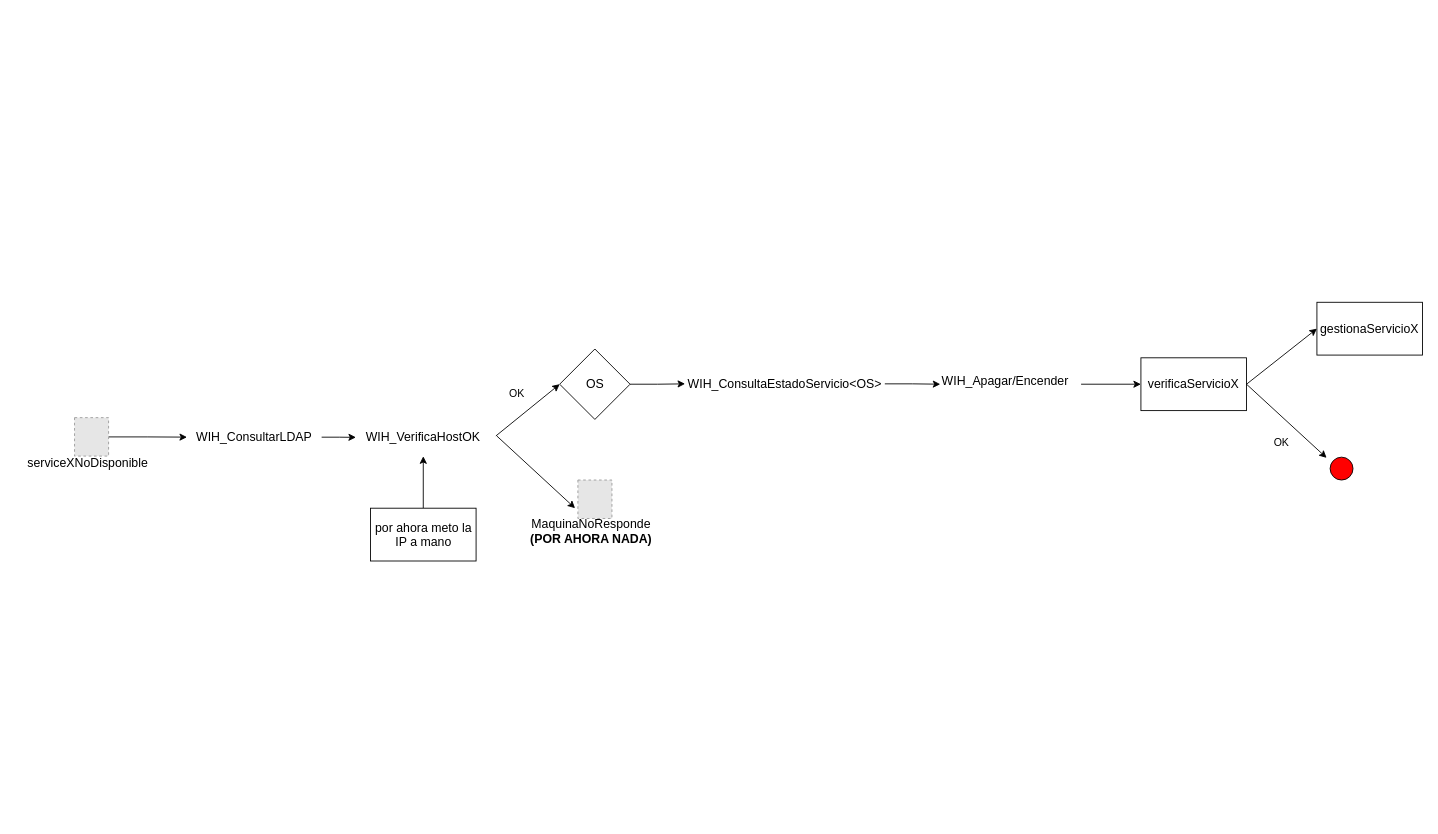
MarianaReyesH/gestionRed keeps this draw.io diagram as page "serviceXNoDisponible" (2 of 3) of esquemaProcesos.drawio. Above is the earlier version. Source tidied: cells renumbered, new cells numbered last; positions are measured from the earlier drawing's top-left corner, leaving out a move shared by most shapes. Both pictures are drawn from the tidied source at 88%, with x=0, y=0 at pixel (20, 302). Pictures stored in the file or linked from it are replaced by grey dashed boxes.
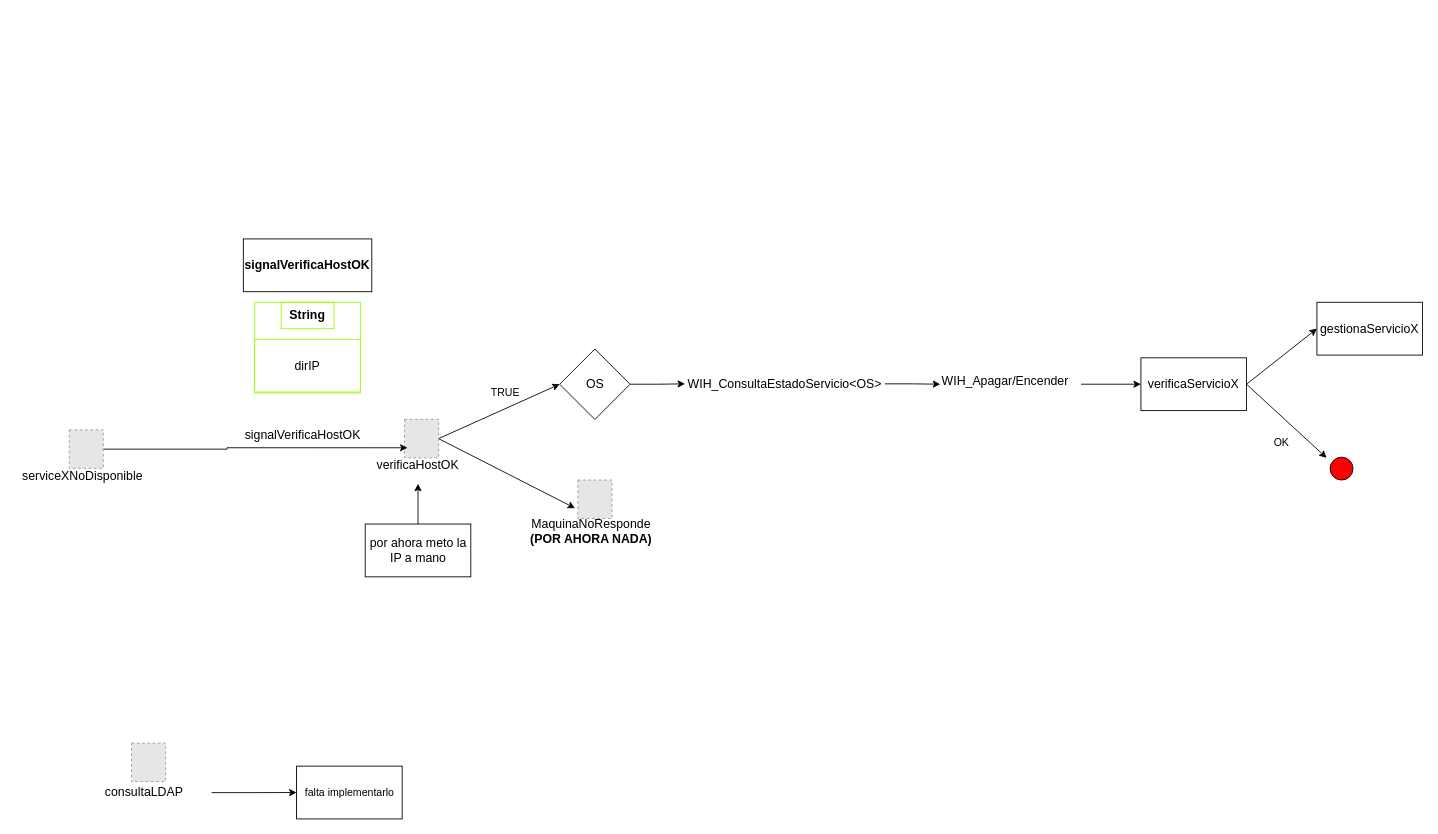
Above is the later version.

The change refers to these unchanged cells:
```xml
<mxCell id="15" value="&lt;span style=&quot;font-size: 14px;&quot;&gt;MaquinaNoResponde&lt;/span&gt;&lt;div&gt;&lt;span style=&quot;font-size: 14px;&quot;&gt;&lt;b&gt;(POR AHORA NADA)&lt;/b&gt;&lt;/span&gt;&lt;/div&gt;" style="text;html=1;align=center;verticalAlign=middle;whiteSpace=wrap;rounded=0;" parent="1" vertex="1">
  <mxGeometry x="572" y="238" width="153" height="43.1" as="geometry" />
</mxCell>
<mxCell id="21" value="&lt;span style=&quot;font-size: 14px; background-color: rgb(255, 255, 255);&quot;&gt;OS&lt;/span&gt;" style="rhombus;whiteSpace=wrap;html=1;" parent="1" vertex="1">
  <mxGeometry x="612.5" y="53.1" width="80" height="80" as="geometry" />
</mxCell>
```

Change to the diagram source:
```diff
@@
-    <mxCell id="2" style="group;" parent="1" vertex="1">
-      <mxGeometry x="4" y="131.1" width="357" height="223" as="geometry" />
-    </mxCell>
-    <mxCell id="3" style="edgeStyle=orthogonalEdgeStyle;rounded=0;jettySize=auto;html=1;entryX=0;entryY=0.5;entryDx=0;entryDy=0;" parent="2" edge="1" source="4" target="7">
-      <mxGeometry relative="1" as="geometry" />
-    </mxCell>
-    <mxCell id="4" style="fillColor=#E6E6E6;strokeColor=#999999;dashed=1;verticalLabelPosition=bottom;labelBackgroundColor=default;verticalAlign=top;" parent="2" vertex="1">
-      <mxGeometry x="57.2" width="38.7" height="43.7" as="geometry" />
-    </mxCell>
-    <mxCell id="5" value="&lt;span style=&quot;font-size: 14px;&quot;&gt;serviceXNoDisponible&lt;/span&gt;" style="text;html=1;align=center;verticalAlign=middle;whiteSpace=wrap;rounded=0;" parent="2" vertex="1">
-      <mxGeometry x="-4" y="30" width="153" height="43.1" as="geometry" />
-    </mxCell>
-    <mxCell id="6" style="group;" parent="2" vertex="1">
-      <mxGeometry x="185" y="-29.4" width="153" height="73.1" as="geometry" />
-    </mxCell>
-    <mxCell id="7" value="&lt;span style=&quot;font-size: 14px;&quot;&gt;WIH_ConsultarLDAP&lt;/span&gt;" style="text;html=1;align=center;verticalAlign=middle;whiteSpace=wrap;rounded=0;" parent="6" vertex="1">
-      <mxGeometry y="30" width="153" height="43.1" as="geometry" />
-    </mxCell>
-    <mxCell id="8" style="group;" parent="1" vertex="1">
-      <mxGeometry x="381" y="101.9" width="153" height="73.1" as="geometry" />
-    </mxCell>
-    <mxCell id="9" value="&lt;span style=&quot;font-size: 14px;&quot;&gt;WIH_VerificaHostOK&lt;/span&gt;" style="text;html=1;align=center;verticalAlign=middle;whiteSpace=wrap;rounded=0;" parent="8" vertex="1">
-      <mxGeometry y="30" width="153" height="43.1" as="geometry" />
-    </mxCell>
-    <mxCell id="10" style="edgeStyle=orthogonalEdgeStyle;rounded=0;jettySize=auto;html=1;" parent="1" edge="1" source="7" target="9">
-      <mxGeometry relative="1" as="geometry" />
-    </mxCell>
-    <mxCell id="11" style="endArrow=classic;html=1;rounded=0;entryX=0;entryY=0.5;entryDx=0;entryDy=0;" parent="1" edge="1" target="21">
-      <mxGeometry relative="1" as="geometry">
-        <mxPoint x="540" y="151.9" as="sourcePoint" />
-      </mxGeometry>
+    <mxCell id="11" style="endArrow=classic;html=1;rounded=0;entryX=0;entryY=0.5;entryDx=0;entryDy=0;exitX=1;exitY=0.5;exitDx=0;exitDy=0;" parent="1" edge="1" source="30" target="21">
+      <mxGeometry relative="1" as="geometry" />
     </mxCell>
@@
-    <mxCell id="16" style="endArrow=classic;html=1;rounded=0;entryX=0.379;entryY=-0.093;entryDx=0;entryDy=0;entryPerimeter=0;" parent="1" edge="1" target="15">
-      <mxGeometry relative="1" as="geometry">
-        <mxPoint x="541" y="151.9" as="sourcePoint" />
-      </mxGeometry>
+    <mxCell id="16" style="endArrow=classic;html=1;rounded=0;entryX=0.379;entryY=-0.093;entryDx=0;entryDy=0;entryPerimeter=0;exitX=1;exitY=0.5;exitDx=0;exitDy=0;" parent="1" edge="1" source="30" target="15">
+      <mxGeometry relative="1" as="geometry" />
     </mxCell>
@@
-    <mxCell id="20" value="OK" style="text;html=1;align=center;verticalAlign=middle;whiteSpace=wrap;rounded=0;" parent="1" vertex="1">
-      <mxGeometry x="534" y="89" width="60" height="30" as="geometry" />
+    <mxCell id="20" value="TRUE" style="text;html=1;align=center;verticalAlign=middle;whiteSpace=wrap;rounded=0;" parent="1" vertex="1">
+      <mxGeometry x="521" y="88" width="60" height="30" as="geometry" />
     </mxCell>
@@
-    <mxCell id="28" style="edgeStyle=orthogonalEdgeStyle;rounded=0;jettySize=auto;html=1;" parent="1" edge="1" source="29" target="9">
+    <mxCell id="28" style="edgeStyle=orthogonalEdgeStyle;rounded=0;jettySize=auto;html=1;entryX=0.5;entryY=1;entryDx=0;entryDy=0;" parent="1" edge="1" source="29" target="31">
       <mxGeometry relative="1" as="geometry" />
     </mxCell>
     <mxCell id="29" value="&lt;font style=&quot;font-size: 14px;&quot;&gt;por ahora meto la IP a mano&lt;/font&gt;" style="rounded=0;whiteSpace=wrap;html=1;" parent="1" vertex="1">
-      <mxGeometry x="397.5" y="234" width="120" height="60" as="geometry" />
+      <mxGeometry x="391.5" y="252" width="120" height="60" as="geometry" />
     </mxCell>
+    <mxCell id="30" style="fillColor=#E6E6E6;strokeColor=#999999;dashed=1;verticalLabelPosition=bottom;labelBackgroundColor=default;verticalAlign=top;" parent="1" vertex="1">
+      <mxGeometry x="436.2" y="133.1" width="38.7" height="43.7" as="geometry" />
+    </mxCell>
+    <mxCell id="31" value="&lt;span style=&quot;font-size: 14px;&quot;&gt;verificaHostOK&lt;/span&gt;" style="text;html=1;align=center;verticalAlign=middle;whiteSpace=wrap;rounded=0;" parent="1" vertex="1">
+      <mxGeometry x="375" y="163.1" width="153" height="43.1" as="geometry" />
+    </mxCell>
+    <mxCell id="32" style="group;" parent="1" vertex="1">
+      <mxGeometry x="167" y="-326" width="246" height="501" as="geometry" />
+    </mxCell>
+    <mxCell id="33" style="group;strokeColor=#94FF08;" parent="32" vertex="1">
+      <mxGeometry x="99" y="326" width="120" height="103" as="geometry" />
+    </mxCell>
+    <mxCell id="34" value="&lt;span style=&quot;font-size: 14px;&quot;&gt;&lt;b&gt;signalVerificaHostOK&lt;/b&gt;&lt;/span&gt;" style="rounded=0;whiteSpace=wrap;html=1;" parent="32" vertex="1">
+      <mxGeometry x="86" y="254" width="146" height="60" as="geometry" />
+    </mxCell>
+    <mxCell id="35" value="&lt;font style=&quot;font-size: 14px;&quot;&gt;dirIP&lt;/font&gt;" style="rounded=0;whiteSpace=wrap;html=1;strokeColor=#94FF08;" parent="32" vertex="1">
+      <mxGeometry x="99" y="368" width="120" height="60" as="geometry" />
+    </mxCell>
+    <mxCell id="36" value="&lt;b&gt;&lt;font style=&quot;font-size: 14px;&quot;&gt;String&lt;/font&gt;&lt;/b&gt;" style="text;html=1;align=center;verticalAlign=middle;whiteSpace=wrap;rounded=0;strokeColor=#94FF08;" parent="32" vertex="1">
+      <mxGeometry x="129" y="326" width="60" height="30" as="geometry" />
+    </mxCell>
+    <mxCell id="37" value="&lt;span style=&quot;color: rgb(0, 0, 0); font-family: Helvetica; font-size: 14px; font-style: normal; font-variant-ligatures: normal; font-variant-caps: normal; font-weight: 400; letter-spacing: normal; orphans: 2; text-align: center; text-indent: 0px; text-transform: none; widows: 2; word-spacing: 0px; -webkit-text-stroke-width: 0px; white-space: normal; background-color: rgb(255, 255, 255); text-decoration-thickness: initial; text-decoration-style: initial; text-decoration-color: initial; display: inline !important; float: none;&quot;&gt;signalVerificaHostOK&lt;/span&gt;" style="text;whiteSpace=wrap;html=1;" parent="32" vertex="1">
+      <mxGeometry x="86" y="462" width="149" height="39" as="geometry" />
+    </mxCell>
+    <mxCell id="38" style="group;" parent="1" vertex="1">
+      <mxGeometry x="115" y="514" width="588" height="73.1" as="geometry" />
+    </mxCell>
+    <mxCell id="39" value="&lt;span style=&quot;font-size: 14px;&quot;&gt;consultaLDAP&lt;/span&gt;" style="text;html=1;align=center;verticalAlign=middle;whiteSpace=wrap;rounded=0;" parent="38" vertex="1">
+      <mxGeometry x="-51" y="21.6" width="153" height="43.1" as="geometry" />
+    </mxCell>
+    <mxCell id="40" value="falta implementarlo" style="whiteSpace=wrap;html=1;" parent="38" vertex="1">
+      <mxGeometry x="198.5" y="13.1" width="120" height="60" as="geometry" />
+    </mxCell>
+    <mxCell id="41" style="edgeStyle=orthogonalEdgeStyle;rounded=0;jettySize=auto;html=1;" parent="38" edge="1" source="39" target="40">
+      <mxGeometry relative="1" as="geometry" />
+    </mxCell>
+    <mxCell id="42" style="fillColor=#E6E6E6;strokeColor=#999999;dashed=1;verticalLabelPosition=bottom;labelBackgroundColor=default;verticalAlign=top;" parent="38" vertex="1">
+      <mxGeometry x="11" y="-13" width="38.7" height="43.7" as="geometry" />
+    </mxCell>
+    <mxCell id="3" style="edgeStyle=orthogonalEdgeStyle;rounded=0;jettySize=auto;html=1;entryX=0.422;entryY=0.052;entryDx=0;entryDy=0;entryPerimeter=0;" parent="1" edge="1" source="4" target="31">
+      <mxGeometry relative="1" as="geometry" />
+    </mxCell>
+    <mxCell id="4" style="fillColor=#E6E6E6;strokeColor=#999999;dashed=1;verticalLabelPosition=bottom;labelBackgroundColor=default;verticalAlign=top;" parent="1" vertex="1">
+      <mxGeometry x="55.2" y="145" width="38.7" height="43.7" as="geometry" />
+    </mxCell>
+    <mxCell id="5" value="&lt;span style=&quot;font-size: 14px;&quot;&gt;serviceXNoDisponible&lt;/span&gt;" style="text;html=1;align=center;verticalAlign=middle;whiteSpace=wrap;rounded=0;" parent="1" vertex="1">
+      <mxGeometry x="-6" y="175" width="153" height="43.1" as="geometry" />
+    </mxCell>
```
